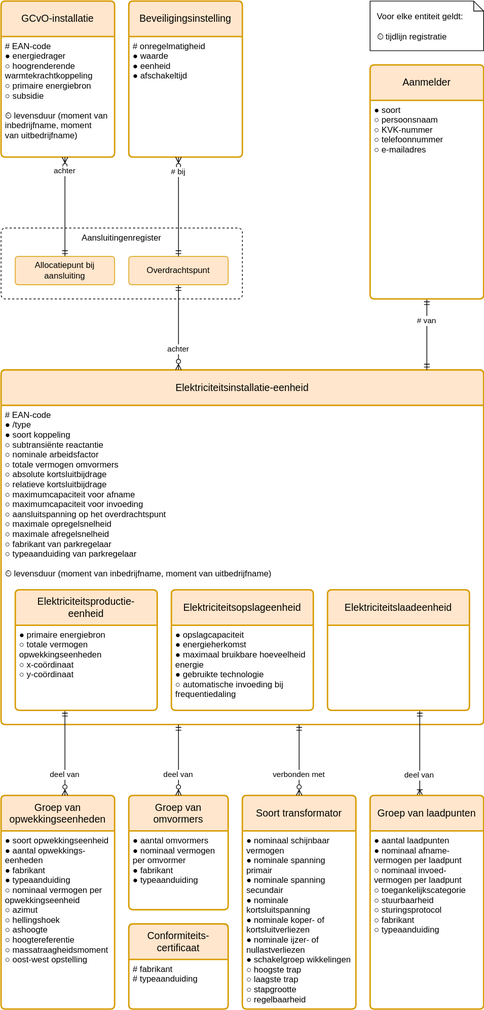
Before: registers/installatieregister/1.1/installatieregister.drawio.svg, a diagram exported from draw.io (Netbeheer-Nederland/stelsel). Source tidied: cells renumbered, new cells last; positions are measured from the earlier drawing's top-left corner, leaving out a move shared by most shapes.
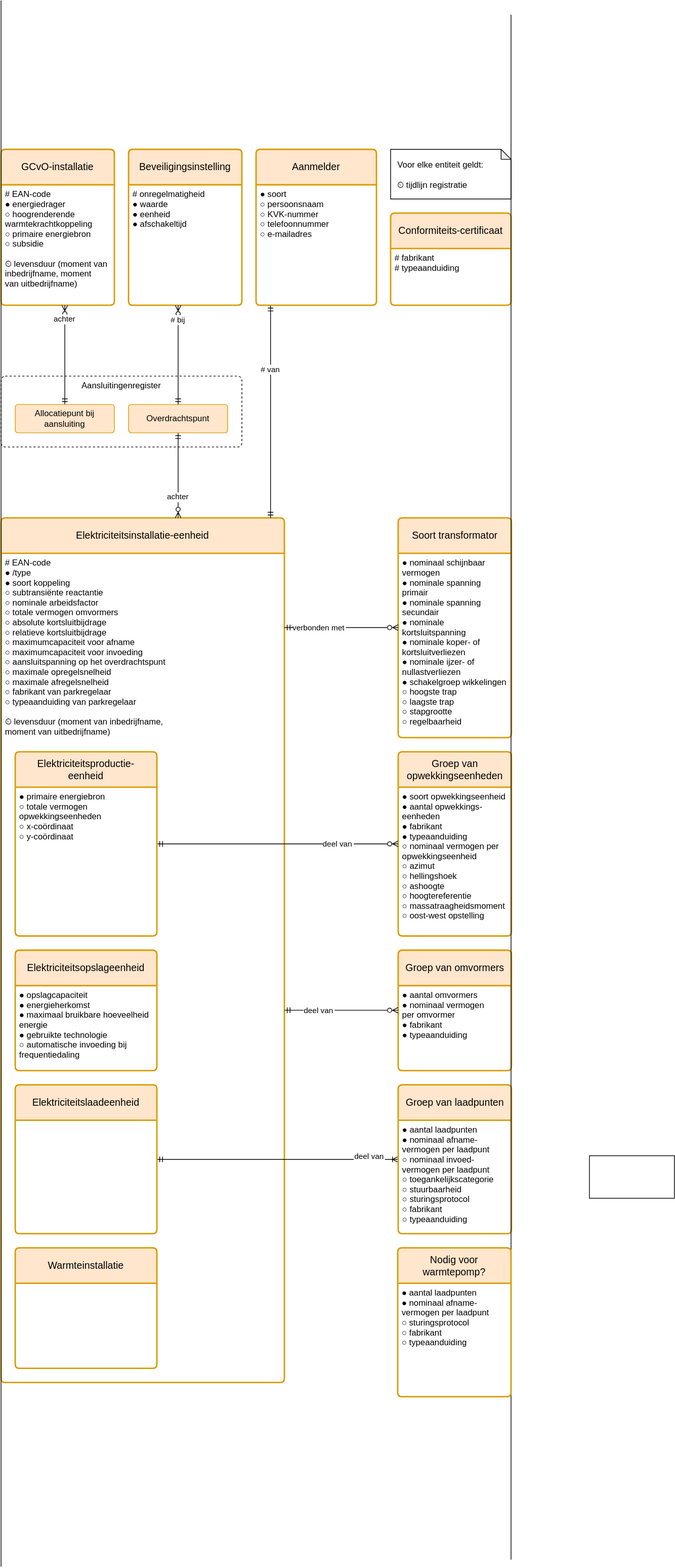
Later version of the same file.

Commit message:
toevoeging warmtepomp / cosmetische changes

Change to the diagram source:
```diff
@@ -15,34 +15,34 @@
       <mxGeometry x="-0.73" relative="1" as="geometry" />
     </mxCell>
     <mxCell id="6" value="Elektriciteitsinstallatie-eenheid" style="swimlane;horizontal=1;startSize=50;rounded=1;fontSize=14;fontStyle=0;strokeWidth=2;shadow=0;dashed=0;align=center;fillColor=#ffe6cc;strokeColor=#d79b00;arcSize=4;whiteSpace=wrap;spacing=10;" parent="1" vertex="1">
-      <mxGeometry y="520" width="680" height="500" as="geometry" />
+      <mxGeometry y="520" width="400" height="1220" as="geometry" />
     </mxCell>
-    <mxCell id="7" value="# EAN-code&#10;● /type&#10;● soort koppeling&#10;○ subtransiënte reactantie&#10;○ nominale arbeidsfactor&#10;○ totale vermogen omvormers&#10;○ absolute kortsluitbijdrage&#10;○ relatieve kortsluitbijdrage&#10;○ maximumcapaciteit voor afname&#10;○ maximumcapaciteit voor invoeding&#10;○ aansluitspanning op het overdrachtspunt&#10;○ maximale opregelsnelheid&#10;○ maximale afregelsnelheid&#10;○ fabrikant van parkregelaar&#10;○ typeaanduiding van parkregelaar&#10;&#10;⏲ levensduur (moment van inbedrijfname, moment van uitbedrijfname)" style="align=left;strokeColor=none;fillColor=none;spacingLeft=4;fontSize=12;verticalAlign=top;fontColor=default;" parent="6" vertex="1">
-      <mxGeometry y="50" width="680" height="450" as="geometry" />
+    <mxCell id="7" value="# EAN-code&#10;● /type&#10;● soort koppeling&#10;○ subtransiënte reactantie&#10;○ nominale arbeidsfactor&#10;○ totale vermogen omvormers&#10;○ absolute kortsluitbijdrage&#10;○ relatieve kortsluitbijdrage&#10;○ maximumcapaciteit voor afname&#10;○ maximumcapaciteit voor invoeding&#10;○ aansluitspanning op het overdrachtspunt&#10;○ maximale opregelsnelheid&#10;○ maximale afregelsnelheid&#10;○ fabrikant van parkregelaar&#10;○ typeaanduiding van parkregelaar&#10;&#10;⏲ levensduur (moment van inbedrijfname, &#10;    moment van uitbedrijfname)" style="align=left;strokeColor=none;fillColor=none;spacingLeft=4;fontSize=12;verticalAlign=top;fontColor=default;" parent="6" vertex="1">
+      <mxGeometry y="50" width="400" height="1170" as="geometry" />
     </mxCell>
     <mxCell id="8" value="Groep van opwekkingseenheden" style="swimlane;horizontal=1;startSize=50;rounded=1;fontSize=14;fontStyle=0;strokeWidth=2;shadow=0;dashed=0;align=center;fillColor=#ffe6cc;strokeColor=#d79b00;arcSize=4;whiteSpace=wrap;spacing=10;" parent="1" vertex="1">
-      <mxGeometry y="1120" width="160" height="301.1" as="geometry" />
+      <mxGeometry x="560.7" y="850" width="160" height="260" as="geometry" />
     </mxCell>
     <mxCell id="9" value="● soort opwekkingseenheid &#10;● aantal opwekkings-&#10;   eenheden&#10;● fabrikant&#10;● typeaanduiding&#10;○ nominaal vermogen per&#10;   opwekkingseenheid&#10;○ azimut&#10;○ hellingshoek&#10;○ ashoogte&#10;○ hoogtereferentie&#10;○ massatraagheidsmoment&#10;○ oost-west opstelling&#10;" style="align=left;strokeColor=none;fillColor=none;spacingLeft=4;fontSize=12;verticalAlign=top;" parent="8" vertex="1">
-      <mxGeometry y="50" width="160" height="251.1" as="geometry" />
+      <mxGeometry y="50" width="160" height="210" as="geometry" />
     </mxCell>
     <mxCell id="10" value="Soort transformator" style="swimlane;horizontal=1;startSize=50;rounded=1;fontSize=14;fontStyle=0;strokeWidth=2;shadow=0;dashed=0;align=center;fillColor=#ffe6cc;strokeColor=#d79b00;arcSize=4;whiteSpace=wrap;spacing=10;" parent="1" vertex="1">
-      <mxGeometry x="340" y="1120" width="160" height="301.1" as="geometry" />
+      <mxGeometry x="560.7" y="520" width="160" height="310" as="geometry" />
     </mxCell>
     <mxCell id="11" value="● nominaal schijnbaar &#10;   vermogen&#10;● nominale spanning&#10;   primair&#10;● nominale spanning&#10;   secundair&#10;● nominale &#10;   kortsluitspanning&#10;● nominale koper- of&#10;   kortsluitverliezen&#10;● nominale ijzer- of&#10;   nullastverliezen&#10;● schakelgroep wikkelingen&#10;○ hoogste trap&#10;○ laagste trap&#10;○ stapgrootte&#10;○ regelbaarheid" style="align=left;strokeColor=none;fillColor=none;spacingLeft=4;fontSize=12;verticalAlign=top;" parent="10" vertex="1">
-      <mxGeometry y="50" width="160" height="251.1" as="geometry" />
+      <mxGeometry y="50" width="160" height="260" as="geometry" />
     </mxCell>
     <mxCell id="12" value="deel van" style="endArrow=ERzeroToMany;rounded=0;startArrow=ERmandOne;startFill=0;endFill=0;edgeStyle=elbowEdgeStyle;align=center;" parent="1" edge="1" source="13" target="8">
       <mxGeometry x="0.5" relative="1" as="geometry" />
     </mxCell>
     <mxCell id="13" value="Elektriciteitsproductie-eenheid" style="swimlane;horizontal=1;startSize=50;rounded=1;fontSize=14;fontStyle=0;strokeWidth=2;shadow=0;dashed=0;align=center;fillColor=#ffe6cc;strokeColor=#d79b00;arcSize=4;whiteSpace=wrap;spacing=10;" parent="1" vertex="1">
-      <mxGeometry x="20" y="830" width="200" height="170" as="geometry" />
+      <mxGeometry x="20" y="850" width="200" height="260" as="geometry" />
     </mxCell>
     <mxCell id="14" value="● primaire energiebron&#10;○ totale vermogen &#10;   opwekkingseenheden&#10;○ x-coördinaat&#10;○ y-coördinaat" style="align=left;strokeColor=none;fillColor=none;spacingLeft=4;fontSize=12;verticalAlign=top;" parent="13" vertex="1">
-      <mxGeometry y="50" width="200" height="120" as="geometry" />
+      <mxGeometry y="50" width="200" height="210" as="geometry" />
     </mxCell>
     <mxCell id="15" value="Elektriciteitsopslageenheid" style="swimlane;horizontal=1;startSize=50;rounded=1;fontSize=14;fontStyle=0;strokeWidth=2;shadow=0;dashed=0;align=center;fillColor=#ffe6cc;strokeColor=#d79b00;arcSize=4;whiteSpace=wrap;spacing=10;" parent="1" vertex="1">
-      <mxGeometry x="240" y="830" width="200" height="170" as="geometry" />
+      <mxGeometry x="20" y="1130" width="200" height="170" as="geometry" />
     </mxCell>
     <mxCell id="16" value="● opslagcapaciteit&#10;● energieherkomst&#10;● maximaal bruikbare hoeveelheid&#10;   energie&#10;● gebruikte technologie&#10;○ automatische invoeding bij&#10;   frequentiedaling" style="align=left;strokeColor=none;fillColor=none;spacingLeft=4;fontSize=12;verticalAlign=top;fontStyle=0;" parent="15" vertex="1">
       <mxGeometry y="50" width="200" height="120" as="geometry" />
@@ -57,10 +57,10 @@
       <mxGeometry x="180" y="360" width="140" height="40" as="geometry" />
     </mxCell>
     <mxCell id="20" value="Conformiteits-certificaat" style="swimlane;horizontal=1;startSize=50;rounded=1;fontSize=14;fontStyle=0;strokeWidth=2;shadow=0;dashed=0;align=center;fillColor=#ffe6cc;strokeColor=#d79b00;arcSize=4;whiteSpace=wrap;spacing=10;" parent="1" vertex="1">
-      <mxGeometry x="180" y="1301.1" width="140" height="120" as="geometry" />
+      <mxGeometry x="550" y="90" width="170" height="130" as="geometry" />
     </mxCell>
     <mxCell id="21" value="# fabrikant&#10;# typeaanduiding" style="align=left;strokeColor=none;fillColor=none;spacingLeft=4;fontSize=12;verticalAlign=top;" parent="20" vertex="1">
-      <mxGeometry y="50" width="140" height="70" as="geometry" />
+      <mxGeometry y="50" width="170" height="80" as="geometry" />
     </mxCell>
     <mxCell id="22" value="Allocatiepunt bij aansluiting" style="rounded=1;arcSize=10;whiteSpace=wrap;align=center;fillColor=#ffe6cc;strokeColor=#d79b00;" parent="1" vertex="1">
       <mxGeometry x="20" y="360" width="140" height="40" as="geometry" />
@@ -75,51 +75,81 @@
       <mxGeometry x="0.71" relative="1" as="geometry" />
     </mxCell>
     <mxCell id="26" value="Groep van omvormers" style="swimlane;horizontal=1;startSize=50;rounded=1;fontSize=14;fontStyle=0;strokeWidth=2;shadow=0;dashed=0;align=center;fillColor=#ffe6cc;strokeColor=#d79b00;arcSize=4;whiteSpace=wrap;spacing=10;" parent="1" vertex="1">
-      <mxGeometry x="180" y="1120" width="140" height="161.1" as="geometry" />
+      <mxGeometry x="560.7" y="1130" width="160" height="170" as="geometry" />
     </mxCell>
     <mxCell id="27" value="● aantal omvormers&#10;● nominaal vermogen&#10;   per omvormer&#10;● fabrikant&#10;● typeaanduiding" style="align=left;strokeColor=none;fillColor=none;spacingLeft=4;fontSize=12;verticalAlign=top;" parent="26" vertex="1">
-      <mxGeometry y="50" width="140" height="111.1" as="geometry" />
+      <mxGeometry y="50" width="160" height="120" as="geometry" />
     </mxCell>
-    <mxCell id="28" value="deel van" style="endArrow=ERzeroToMany;rounded=0;startArrow=ERmandOne;startFill=0;endFill=0;align=center;edgeStyle=elbowEdgeStyle;" parent="1" edge="1" source="6" target="26">
-      <mxGeometry x="0.4" relative="1" as="geometry" />
+    <mxCell id="28" value="deel van" style="endArrow=ERzeroToMany;rounded=0;startArrow=ERmandOne;startFill=0;endFill=0;align=center;edgeStyle=elbowEdgeStyle;elbow=vertical;" parent="1" edge="1" source="6" target="26">
+      <mxGeometry x="-0.4" relative="1" as="geometry" />
     </mxCell>
-    <mxCell id="29" value="verbonden met" style="endArrow=ERzeroToMany;rounded=0;startArrow=ERmandOne;startFill=0;endFill=0;align=center;edgeStyle=elbowEdgeStyle;" parent="1" edge="1" source="6" target="10">
-      <mxGeometry x="0.4" relative="1" as="geometry" />
+    <mxCell id="29" value="verbonden met" style="endArrow=ERzeroToMany;rounded=0;startArrow=ERmandOne;startFill=0;endFill=0;align=center;edgeStyle=elbowEdgeStyle;elbow=vertical;" parent="1" edge="1" source="6" target="10">
+      <mxGeometry x="-0.4" relative="1" as="geometry" />
     </mxCell>
     <mxCell id="30" value="Voor elke entiteit geldt:&#10;&#10;⏲ tijdlijn registratie" style="shape=note;whiteSpace=wrap;backgroundOutline=1;darkOpacity=0.05;align=left;spacing=10;size=14;verticalAlign=top;" parent="1" vertex="1">
-      <mxGeometry x="520" width="160" height="70" as="geometry" />
+      <mxGeometry x="550" width="170" height="70" as="geometry" />
     </mxCell>
-    <mxCell id="31" value="# van" style="edgeStyle=elbowEdgeStyle;endArrow=ERmandOne;endFill=0;startArrow=ERmandOne;startFill=0;align=center;" parent="1" edge="1" source="32" target="6">
+    <mxCell id="31" value="# van" style="endArrow=ERmandOne;endFill=0;startArrow=ERmandOne;startFill=0;align=center;edgeStyle=elbowEdgeStyle;" parent="1" edge="1" source="32" target="6">
       <mxGeometry x="-0.4" relative="1" as="geometry" />
     </mxCell>
     <mxCell id="32" value="Aanmelder" style="swimlane;horizontal=1;startSize=50;rounded=1;fontSize=14;fontStyle=0;strokeWidth=2;shadow=0;dashed=0;align=center;fillColor=#ffe6cc;strokeColor=#d79b00;arcSize=4;whiteSpace=wrap;spacing=10;" parent="1" vertex="1">
-      <mxGeometry x="520" y="90" width="160" height="330" as="geometry" />
+      <mxGeometry x="360" width="170" height="220" as="geometry" />
     </mxCell>
     <mxCell id="33" value="● soort &#10;○ persoonsnaam &#10;○ KVK-nummer&#10;○ telefoonnummer&#10;○ e-mailadres" style="align=left;strokeColor=none;fillColor=none;spacingLeft=4;fontSize=12;verticalAlign=top;" parent="32" vertex="1">
-      <mxGeometry y="50" width="160" height="280" as="geometry" />
+      <mxGeometry y="50" width="170" height="170" as="geometry" />
     </mxCell>
-    <mxCell id="34" style="edgeStyle=elbowEdgeStyle;html=1;endArrow=ERoneToMany;endFill=0;startArrow=ERmandOne;startFill=0;rounded=0;curved=0;" parent="1" edge="1" source="38" target="36">
+    <mxCell id="34" style="html=1;endArrow=ERoneToMany;endFill=0;startArrow=ERmandOne;startFill=0;rounded=0;edgeStyle=elbowEdgeStyle;elbow=vertical;" parent="1" edge="1" source="38" target="36">
       <mxGeometry relative="1" as="geometry" />
     </mxCell>
     <mxCell id="35" value="deel van" style="edgeLabel;align=center;verticalAlign=middle;" parent="34" vertex="1">
-      <mxGeometry x="0.16" y="-1" relative="1" as="geometry">
-        <mxPoint y="20" as="offset" />
+      <mxGeometry relative="1" as="geometry">
+        <mxPoint x="129" y="-5" as="offset" />
       </mxGeometry>
     </mxCell>
     <mxCell id="36" value="Groep van laadpunten" style="swimlane;horizontal=1;startSize=50;rounded=1;fontSize=14;fontStyle=0;strokeWidth=2;shadow=0;dashed=0;align=center;fillColor=#ffe6cc;strokeColor=#d79b00;arcSize=4;whiteSpace=wrap;spacing=10;" parent="1" vertex="1">
-      <mxGeometry x="520" y="1120" width="160" height="301.1" as="geometry" />
+      <mxGeometry x="560.7" y="1320" width="160" height="210" as="geometry" />
     </mxCell>
     <mxCell id="37" value="● aantal laadpunten&#10;● nominaal afname-&#10;   vermogen per laadpunt&#10;○ nominaal invoed-&#10;   vermogen per laadpunt&#10;○ toegankelijkscategorie&#10;○ stuurbaarheid&#10;○ sturingsprotocol&#10;○ fabrikant&#10;○ typeaanduiding" style="align=left;strokeColor=none;fillColor=none;spacingLeft=4;fontSize=12;verticalAlign=top;" parent="36" vertex="1">
-      <mxGeometry y="50" width="160" height="251.1" as="geometry" />
+      <mxGeometry y="50" width="160" height="160" as="geometry" />
     </mxCell>
     <mxCell id="38" value="Elektriciteitslaadeenheid" style="swimlane;horizontal=1;startSize=50;rounded=1;fontSize=14;fontStyle=0;strokeWidth=2;shadow=0;dashed=0;align=center;fillColor=#ffe6cc;strokeColor=#d79b00;arcSize=4;whiteSpace=wrap;spacing=10;" parent="1" vertex="1">
-      <mxGeometry x="460" y="830" width="200" height="170" as="geometry" />
+      <mxGeometry x="20" y="1320" width="200" height="210" as="geometry" />
     </mxCell>
     <mxCell id="39" value=" " style="align=left;strokeColor=none;fillColor=none;spacingLeft=4;fontSize=12;verticalAlign=top;fontStyle=0;" parent="38" vertex="1">
-      <mxGeometry y="50" width="200" height="120" as="geometry" />
+      <mxGeometry y="50" width="200" height="160" as="geometry" />
     </mxCell>
     <mxCell id="40" style="edgeStyle=none;entryX=0;entryY=0;entryDx=0;entryDy=0;" parent="38" edge="1" source="38" target="39">
       <mxGeometry relative="1" as="geometry" />
     </mxCell>
+    <mxCell id="41" style="endArrow=none;html=1;" parent="1" edge="1">
+      <mxGeometry relative="1" as="geometry">
+        <mxPoint x="720" y="1990" as="sourcePoint" />
+        <mxPoint x="720" y="-190" as="targetPoint" />
+      </mxGeometry>
+    </mxCell>
+    <mxCell id="42" style="endArrow=none;html=1;" parent="1" edge="1">
+      <mxGeometry relative="1" as="geometry">
+        <mxPoint y="2000" as="sourcePoint" />
+        <mxPoint y="-210" as="targetPoint" />
+      </mxGeometry>
+    </mxCell>
+    <mxCell id="43" style="rounded=0;whiteSpace=wrap;html=1;" parent="1" vertex="1">
+      <mxGeometry x="830.7" y="1420" width="120" height="60" as="geometry" />
+    </mxCell>
+    <mxCell id="44" value="Warmteinstallatie" style="swimlane;horizontal=1;startSize=50;rounded=1;fontSize=14;fontStyle=0;strokeWidth=2;shadow=0;dashed=0;align=center;fillColor=#ffe6cc;strokeColor=#d79b00;arcSize=4;whiteSpace=wrap;spacing=10;" parent="1" vertex="1">
+      <mxGeometry x="20" y="1550" width="200" height="170" as="geometry" />
+    </mxCell>
+    <mxCell id="45" value=" " style="align=left;strokeColor=none;fillColor=none;spacingLeft=4;fontSize=12;verticalAlign=top;fontStyle=0;" parent="44" vertex="1">
+      <mxGeometry y="50" width="200" height="120" as="geometry" />
+    </mxCell>
+    <mxCell id="46" style="edgeStyle=none;entryX=0;entryY=0;entryDx=0;entryDy=0;" parent="44" edge="1" source="44" target="45">
+      <mxGeometry relative="1" as="geometry" />
+    </mxCell>
+    <mxCell id="47" value="Nodig voor warmtepomp?" style="swimlane;horizontal=1;startSize=50;rounded=1;fontSize=14;fontStyle=0;strokeWidth=2;shadow=0;dashed=0;align=center;fillColor=#ffe6cc;strokeColor=#d79b00;arcSize=4;whiteSpace=wrap;spacing=10;" parent="1" vertex="1">
+      <mxGeometry x="560" y="1550" width="160" height="210" as="geometry" />
+    </mxCell>
+    <mxCell id="48" value="● aantal laadpunten&#10;● nominaal afname-&#10;   vermogen per laadpunt&#10;○ sturingsprotocol&#10;○ fabrikant&#10;○ typeaanduiding" style="align=left;strokeColor=none;fillColor=none;spacingLeft=4;fontSize=12;verticalAlign=top;" parent="47" vertex="1">
+      <mxGeometry y="50" width="160" height="160" as="geometry" />
+    </mxCell>
   </root>
 </mxGraphModel>
```
